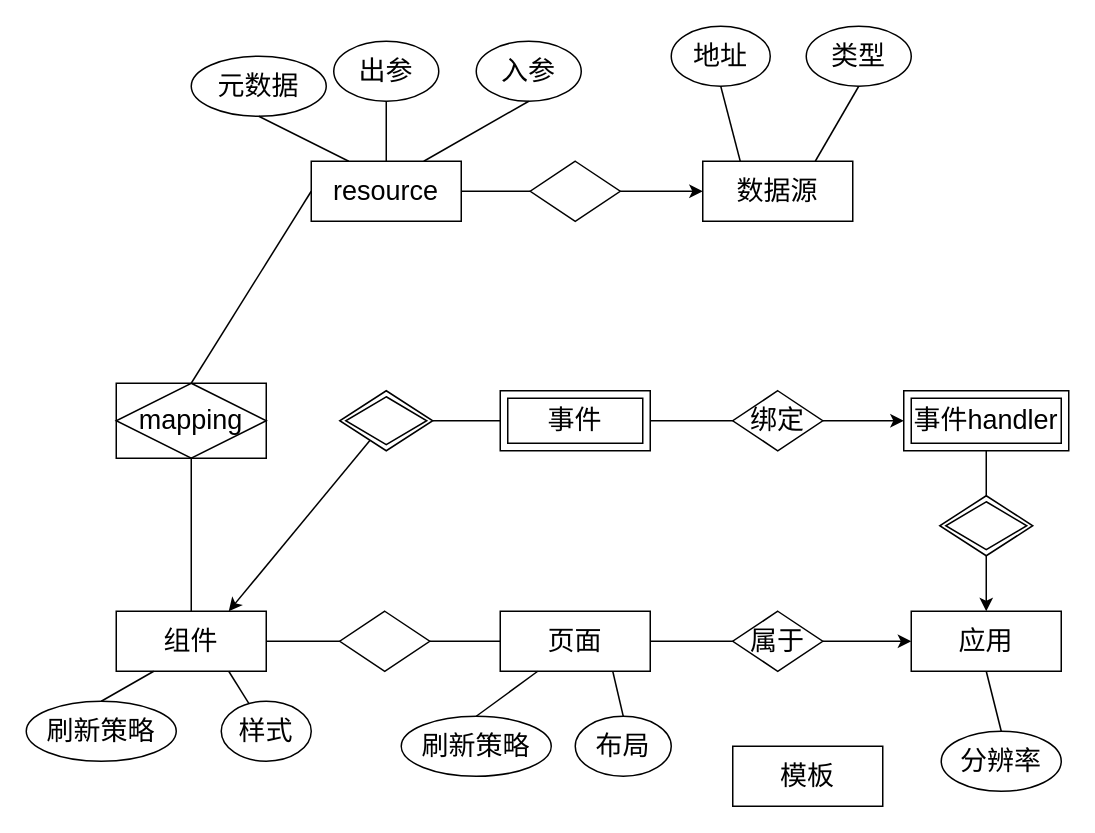
mzzzzzzc/SpringcloudConfig keeps this draw.io diagram as Untitled Diagram.drawio. Above is the earlier version. Source tidied: cells renumbered, new cells numbered last; positions are measured from the earlier drawing's top-left corner, leaving out a move shared by most shapes. Both pictures are drawn from the tidied source at 150%, with x=0, y=0 at pixel (26, 26).
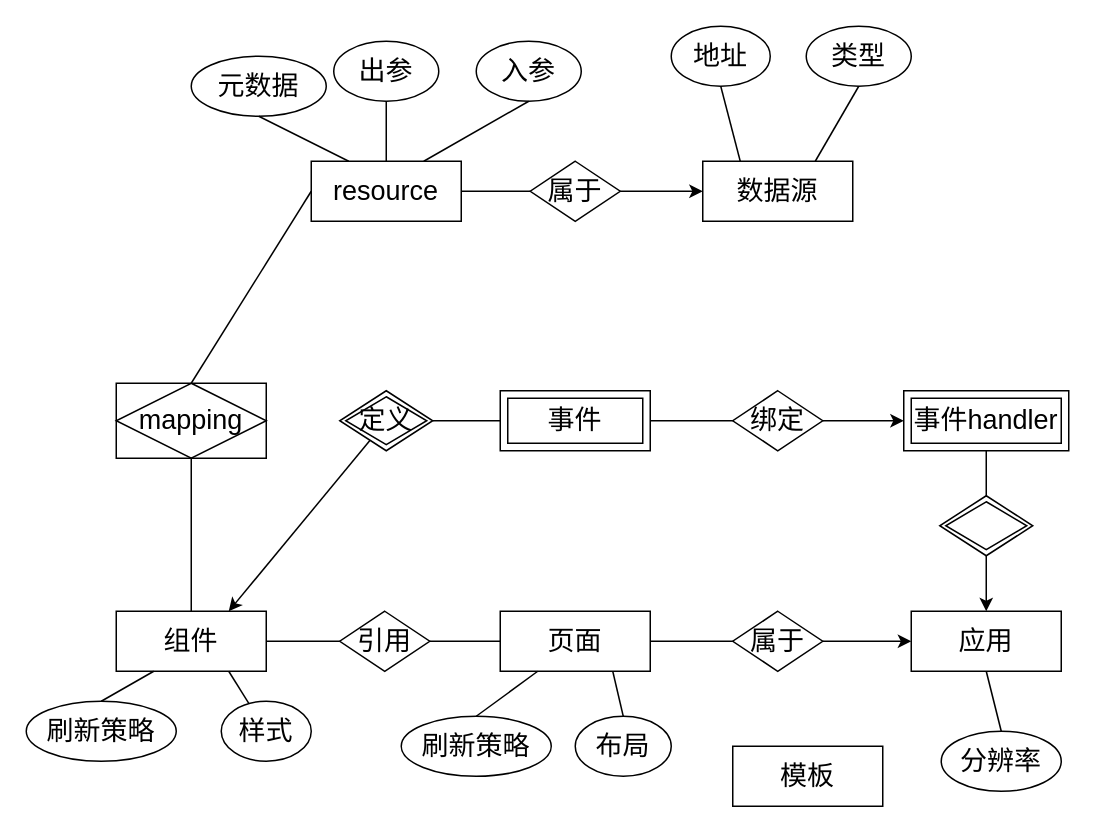
The same page after the edit.

What changed in the source:
```diff
@@
-    <mxCell id="3" style="shape=rhombus;perimeter=rhombusPerimeter;whiteSpace=wrap;html=1;align=center;fontSize=18;" parent="1" vertex="1">
+    <mxCell id="3" value="引用" style="shape=rhombus;perimeter=rhombusPerimeter;whiteSpace=wrap;html=1;align=center;fontSize=18;" parent="1" vertex="1">
       <mxGeometry x="209" y="390" width="60" height="40" as="geometry" />
     </mxCell>
@@
-    <mxCell id="14" style="shape=rhombus;double=1;perimeter=rhombusPerimeter;whiteSpace=wrap;html=1;align=center;fontSize=18;" parent="1" vertex="1">
+    <mxCell id="14" value="定义" style="shape=rhombus;double=1;perimeter=rhombusPerimeter;whiteSpace=wrap;html=1;align=center;fontSize=18;" parent="1" vertex="1">
       <mxGeometry x="209" y="243" width="62" height="40" as="geometry" />
     </mxCell>
@@
-    <mxCell id="27" style="shape=rhombus;perimeter=rhombusPerimeter;whiteSpace=wrap;html=1;align=center;fontSize=18;" parent="1" vertex="1">
+    <mxCell id="27" value="属于" style="shape=rhombus;perimeter=rhombusPerimeter;whiteSpace=wrap;html=1;align=center;fontSize=18;" parent="1" vertex="1">
       <mxGeometry x="336" y="90" width="60" height="40" as="geometry" />
     </mxCell>
```
